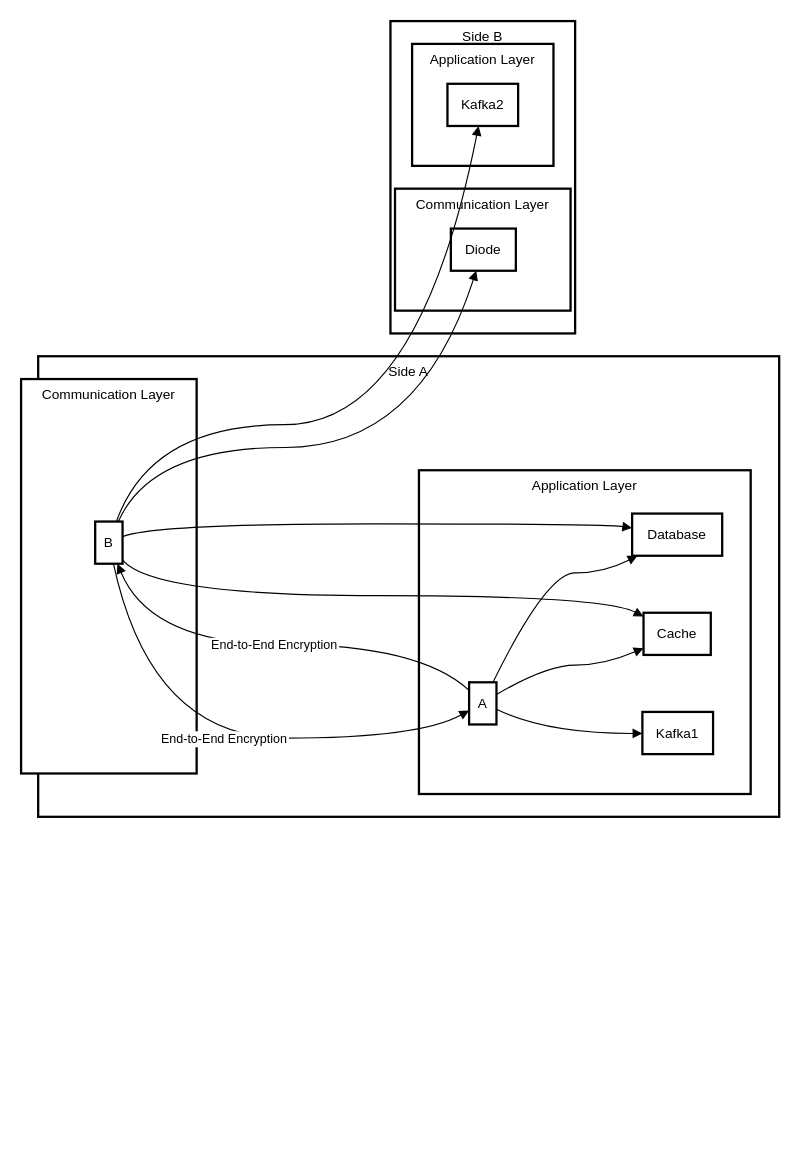
This is security-template/Untitled Diagram.drawio from frozenproof/dactaphanmem, a draw.io file, before an edit. Source tidied: cells renumbered, new cells numbered last; positions are measured from the earlier drawing's top-left corner, leaving out a move shared by most shapes. Both pictures are drawn from the tidied source at 114%, with x=0, y=0 at pixel (21, 21).
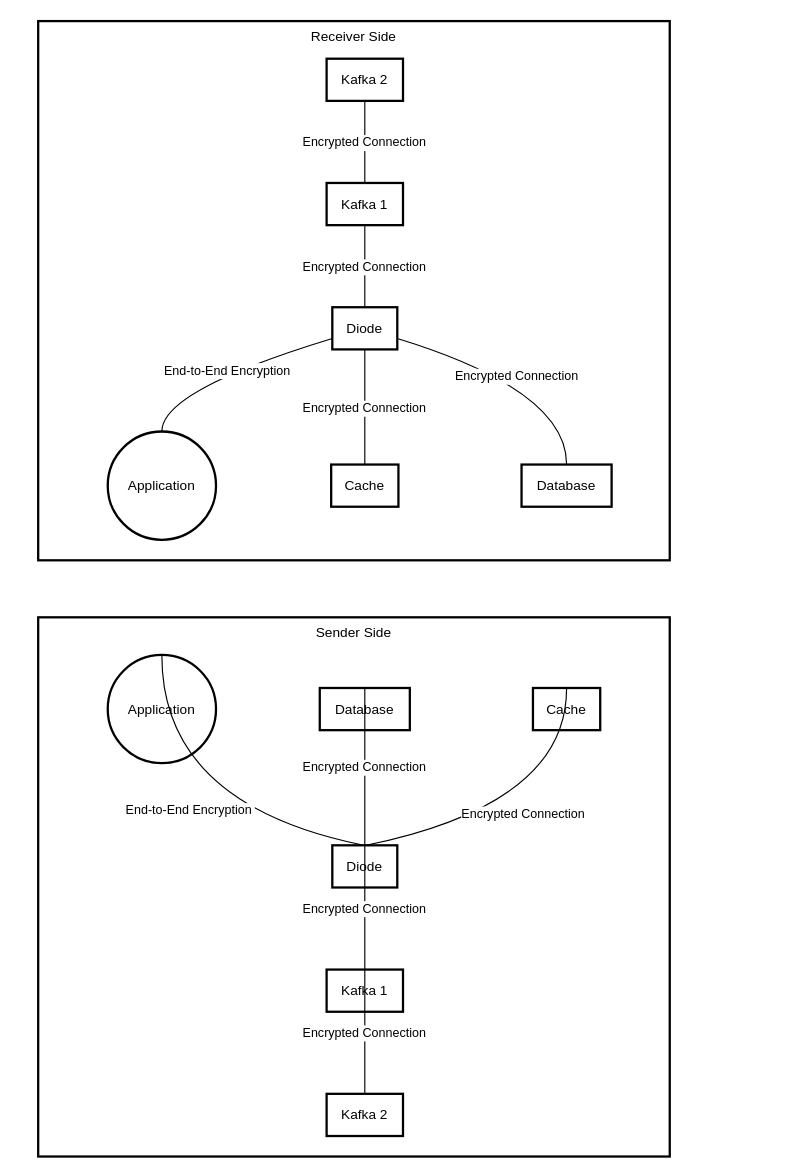
Above is the later version.

What changed in the source:
```diff
@@
-    <mxCell id="2" value="Side B" style="whiteSpace=wrap;strokeWidth=2;verticalAlign=top;" parent="1" vertex="1">
-      <mxGeometry x="324" width="162" height="274" as="geometry" />
+    <mxCell id="2" value="Receiver Side" style="whiteSpace=wrap;strokeWidth=2;verticalAlign=top;" parent="1" vertex="1">
+      <mxGeometry x="15" width="554" height="473" as="geometry" />
     </mxCell>
-    <mxCell id="3" value="Application Layer" style="whiteSpace=wrap;strokeWidth=2;verticalAlign=top;" parent="1" vertex="1">
-      <mxGeometry x="343" y="20" width="124" height="107" as="geometry" />
+    <mxCell id="3" value="Application" style="ellipse;strokeWidth=2;whiteSpace=wrap;" parent="2" vertex="1">
+      <mxGeometry x="61" y="360" width="95" height="95" as="geometry" />
     </mxCell>
-    <mxCell id="4" value="Communication Layer" style="whiteSpace=wrap;strokeWidth=2;verticalAlign=top;" parent="1" vertex="1">
-      <mxGeometry x="328" y="147" width="154" height="107" as="geometry" />
+    <mxCell id="4" value="Kafka 2" style="whiteSpace=wrap;strokeWidth=2;" parent="2" vertex="1">
+      <mxGeometry x="253" y="33" width="67" height="37" as="geometry" />
     </mxCell>
-    <mxCell id="5" value="Diode" style="whiteSpace=wrap;strokeWidth=2;" parent="1" vertex="1">
-      <mxGeometry x="377" y="182" width="57" height="37" as="geometry" />
+    <mxCell id="5" value="Kafka 1" style="whiteSpace=wrap;strokeWidth=2;" parent="2" vertex="1">
+      <mxGeometry x="253" y="142" width="67" height="37" as="geometry" />
     </mxCell>
-    <mxCell id="6" value="Kafka2" style="whiteSpace=wrap;strokeWidth=2;" parent="1" vertex="1">
-      <mxGeometry x="374" y="55" width="62" height="37" as="geometry" />
+    <mxCell id="6" value="Diode" style="whiteSpace=wrap;strokeWidth=2;" parent="2" vertex="1">
+      <mxGeometry x="258" y="251" width="57" height="37" as="geometry" />
     </mxCell>
-    <mxCell id="7" value="Side A" style="whiteSpace=wrap;strokeWidth=2;verticalAlign=top;" parent="1" vertex="1">
-      <mxGeometry x="15" y="294" width="650" height="404" as="geometry" />
+    <mxCell id="7" value="Cache" style="whiteSpace=wrap;strokeWidth=2;" parent="2" vertex="1">
+      <mxGeometry x="257" y="389" width="59" height="37" as="geometry" />
     </mxCell>
-    <mxCell id="8" value="Application Layer" style="whiteSpace=wrap;strokeWidth=2;verticalAlign=top;" parent="1" vertex="1">
-      <mxGeometry x="349" y="394" width="291" height="284" as="geometry" />
+    <mxCell id="8" value="Database" style="whiteSpace=wrap;strokeWidth=2;" parent="2" vertex="1">
+      <mxGeometry x="424" y="389" width="79" height="37" as="geometry" />
     </mxCell>
-    <mxCell id="9" value="Communication Layer" style="whiteSpace=wrap;strokeWidth=2;verticalAlign=top;" parent="1" vertex="1">
-      <mxGeometry y="314" width="154" height="346" as="geometry" />
+    <mxCell id="9" value="Encrypted Connection" style="curved=1;startArrow=none;endArrow=none;exitX=0.5;exitY=1;entryX=0.5;entryY=0;" parent="2" edge="1" source="4" target="5">
+      <mxGeometry relative="1" as="geometry" />
     </mxCell>
-    <mxCell id="10" value="B" style="whiteSpace=wrap;strokeWidth=2;" parent="1" vertex="1">
-      <mxGeometry x="65" y="439" width="24" height="37" as="geometry" />
+    <mxCell id="10" value="Encrypted Connection" style="curved=1;startArrow=none;endArrow=none;exitX=0.5;exitY=1;entryX=0.5;entryY=0;" parent="2" edge="1" source="5" target="6">
+      <mxGeometry relative="1" as="geometry" />
     </mxCell>
-    <mxCell id="11" value="Database" style="whiteSpace=wrap;strokeWidth=2;" parent="1" vertex="1">
-      <mxGeometry x="536" y="432" width="79" height="37" as="geometry" />
+    <mxCell id="11" value="Encrypted Connection" style="curved=1;startArrow=none;endArrow=none;exitX=0.5;exitY=1;entryX=0.5;entryY=0;" parent="2" edge="1" source="6" target="7">
+      <mxGeometry relative="1" as="geometry" />
     </mxCell>
-    <mxCell id="12" value="A" style="whiteSpace=wrap;strokeWidth=2;" parent="1" vertex="1">
-      <mxGeometry x="393" y="580" width="24" height="37" as="geometry" />
+    <mxCell id="12" value="Encrypted Connection" style="curved=1;startArrow=none;endArrow=none;exitX=1;exitY=0.74;entryX=0.5;entryY=0;" parent="2" edge="1" source="6" target="8">
+      <mxGeometry relative="1" as="geometry">
+        <Array as="points">
+          <mxPoint x="464" y="324" />
+        </Array>
+      </mxGeometry>
     </mxCell>
-    <mxCell id="13" value="Cache" style="whiteSpace=wrap;strokeWidth=2;" parent="1" vertex="1">
-      <mxGeometry x="546" y="519" width="59" height="37" as="geometry" />
+    <mxCell id="13" value="End-to-End Encryption" style="curved=1;startArrow=none;endArrow=none;exitX=0;exitY=0.74;entryX=0.49;entryY=0;" parent="2" edge="1" source="6" target="3">
+      <mxGeometry relative="1" as="geometry">
+        <Array as="points">
+          <mxPoint x="108" y="324" />
+        </Array>
+      </mxGeometry>
     </mxCell>
-    <mxCell id="14" value="Kafka1" style="whiteSpace=wrap;strokeWidth=2;" parent="1" vertex="1">
-      <mxGeometry x="545" y="606" width="62" height="37" as="geometry" />
+    <mxCell id="14" value="Sender Side" style="whiteSpace=wrap;strokeWidth=2;verticalAlign=top;" parent="1" vertex="1">
+      <mxGeometry x="15" y="523" width="554" height="473" as="geometry" />
     </mxCell>
-    <mxCell id="15" style="curved=1;startArrow=none;endArrow=block;exitX=0.88;exitY=-0.01;entryX=0.05;entryY=1.01;" parent="1" edge="1" source="12" target="11">
-      <mxGeometry relative="1" as="geometry">
-        <Array as="points">
-          <mxPoint x="461" y="484" />
-          <mxPoint x="511" y="484" />
-        </Array>
-      </mxGeometry>
+    <mxCell id="15" value="Application" style="ellipse;strokeWidth=2;whiteSpace=wrap;" parent="14" vertex="1">
+      <mxGeometry x="61" y="33" width="95" height="95" as="geometry" />
     </mxCell>
-    <mxCell id="16" style="curved=1;startArrow=none;endArrow=block;exitX=1;exitY=0.29;entryX=0;entryY=0.84;" parent="1" edge="1" source="12" target="13">
-      <mxGeometry relative="1" as="geometry">
-        <Array as="points">
-          <mxPoint x="461" y="565" />
-          <mxPoint x="511" y="565" />
-        </Array>
-      </mxGeometry>
+    <mxCell id="16" value="Diode" style="whiteSpace=wrap;strokeWidth=2;" parent="14" vertex="1">
+      <mxGeometry x="258" y="200" width="57" height="37" as="geometry" />
     </mxCell>
-    <mxCell id="17" style="curved=1;startArrow=none;endArrow=block;exitX=1;exitY=0.64;entryX=-0.01;entryY=0.51;" parent="1" edge="1" source="12" target="14">
-      <mxGeometry relative="1" as="geometry">
-        <Array as="points">
-          <mxPoint x="461" y="625" />
-        </Array>
-      </mxGeometry>
+    <mxCell id="17" value="Database" style="whiteSpace=wrap;strokeWidth=2;" parent="14" vertex="1">
+      <mxGeometry x="247" y="62" width="79" height="37" as="geometry" />
     </mxCell>
-    <mxCell id="18" value="End-to-End Encryption" style="curved=1;startArrow=none;endArrow=block;exitX=0;exitY=0.19;entryX=0.82;entryY=1.01;" parent="1" edge="1" source="12" target="10">
-      <mxGeometry relative="1" as="geometry">
-        <Array as="points">
-          <mxPoint x="349" y="547" />
-          <mxPoint x="114" y="547" />
-        </Array>
-      </mxGeometry>
+    <mxCell id="18" value="Cache" style="whiteSpace=wrap;strokeWidth=2;" parent="14" vertex="1">
+      <mxGeometry x="434" y="62" width="59" height="37" as="geometry" />
     </mxCell>
-    <mxCell id="19" style="curved=1;startArrow=none;endArrow=block;exitX=1;exitY=0.36;entryX=0;entryY=0.34;" parent="1" edge="1" source="10" target="11">
-      <mxGeometry relative="1" as="geometry">
-        <Array as="points">
-          <mxPoint x="114" y="441" />
-          <mxPoint x="511" y="441" />
-        </Array>
-      </mxGeometry>
+    <mxCell id="19" value="Kafka 1" style="whiteSpace=wrap;strokeWidth=2;" parent="14" vertex="1">
+      <mxGeometry x="253" y="309" width="67" height="37" as="geometry" />
     </mxCell>
-    <mxCell id="20" style="curved=1;startArrow=none;endArrow=block;exitX=1;exitY=0.91;entryX=0;entryY=0.09;" parent="1" edge="1" source="10" target="13">
-      <mxGeometry relative="1" as="geometry">
-        <Array as="points">
-          <mxPoint x="114" y="504" />
-          <mxPoint x="511" y="504" />
-        </Array>
-      </mxGeometry>
+    <mxCell id="20" value="Kafka 2" style="whiteSpace=wrap;strokeWidth=2;" parent="14" vertex="1">
+      <mxGeometry x="253" y="418" width="67" height="37" as="geometry" />
     </mxCell>
-    <mxCell id="21" style="curved=1;startArrow=none;endArrow=block;exitX=0.77;exitY=0.01;entryX=0.44;entryY=1;" parent="1" edge="1" source="10" target="6">
+    <mxCell id="21" value="End-to-End Encryption" style="curved=1;startArrow=none;endArrow=none;exitX=0.49;exitY=-4.51;entryX=0;entryY=-13.87;" parent="14" edge="1" source="15" target="16">
       <mxGeometry relative="1" as="geometry">
         <Array as="points">
-          <mxPoint x="114" y="354" />
-          <mxPoint x="349" y="354" />
+          <mxPoint x="108" y="164" />
         </Array>
       </mxGeometry>
     </mxCell>
-    <mxCell id="22" value="End-to-End Encryption" style="curved=1;startArrow=none;endArrow=block;exitX=0.67;exitY=1.01;entryX=0;entryY=0.67;" parent="1" edge="1" source="10" target="12">
-      <mxGeometry relative="1" as="geometry">
-        <Array as="points">
-          <mxPoint x="114" y="629" />
-          <mxPoint x="349" y="629" />
-        </Array>
-      </mxGeometry>
+    <mxCell id="22" value="Encrypted Connection" style="curved=1;startArrow=none;endArrow=none;exitX=0.5;exitY=-13.14;entryX=0.5;entryY=-14.14;" parent="14" edge="1" source="17" target="16">
+      <mxGeometry relative="1" as="geometry" />
     </mxCell>
-    <mxCell id="23" style="curved=1;startArrow=none;endArrow=block;exitX=0.84;exitY=0.01;entryX=0.39;entryY=1;" parent="1" edge="1" source="10" target="5">
+    <mxCell id="23" value="Encrypted Connection" style="curved=1;startArrow=none;endArrow=none;exitX=0.5;exitY=-13.14;entryX=1;entryY=-13.87;" parent="14" edge="1" source="18" target="16">
       <mxGeometry relative="1" as="geometry">
         <Array as="points">
-          <mxPoint x="114" y="374" />
-          <mxPoint x="349" y="374" />
+          <mxPoint x="464" y="164" />
         </Array>
       </mxGeometry>
     </mxCell>
+    <mxCell id="24" value="Encrypted Connection" style="curved=1;startArrow=none;endArrow=none;exitX=0.5;exitY=-13.14;entryX=0.5;entryY=-14.14;" parent="14" edge="1" source="16" target="19">
+      <mxGeometry relative="1" as="geometry" />
+    </mxCell>
+    <mxCell id="25" value="Encrypted Connection" style="curved=1;startArrow=none;endArrow=none;exitX=0.5;exitY=-13.14;entryX=0.5;entryY=-14.14;" parent="14" edge="1" source="19" target="20">
+      <mxGeometry relative="1" as="geometry" />
+    </mxCell>
```
